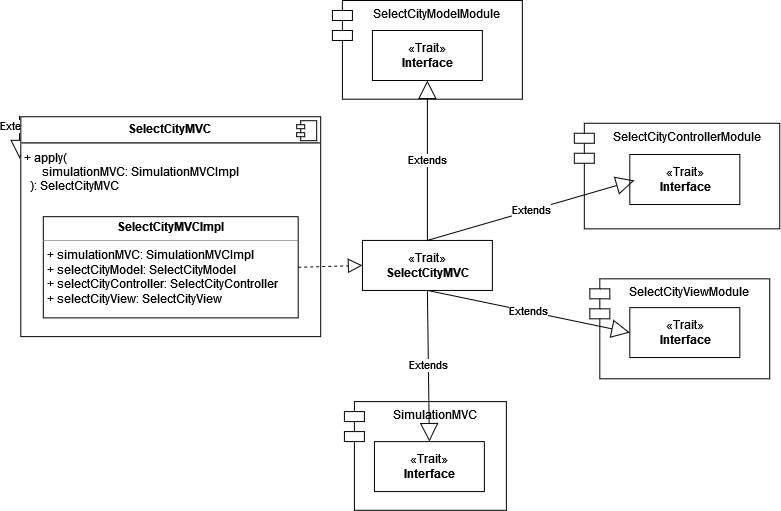
Above: docs/img/select_city_MVC.png in AnnaVitali/PPS-22-smartgh (draw.io), before the change. Source tidied: cells renumbered, new cells last; positions are measured from the earlier drawing's top-left corner, leaving out a move shared by most shapes.
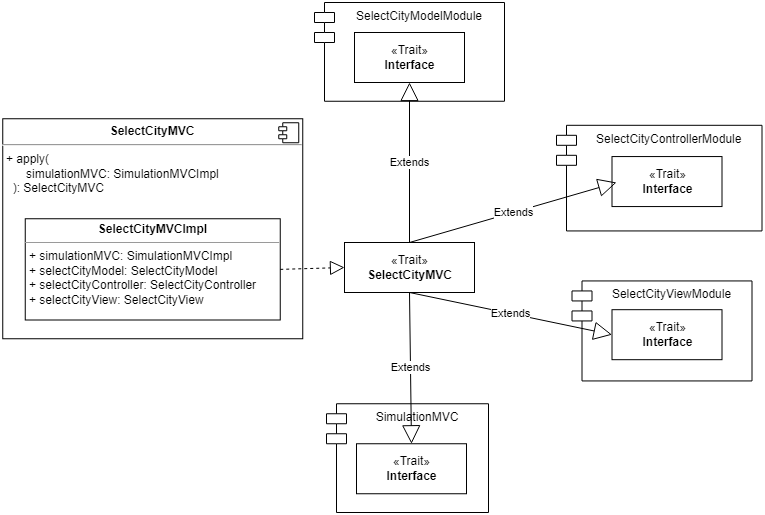
Above is the later version.

The edit, as a diff of the source:
```diff
@@ -2,68 +2,62 @@
   <root>
     <mxCell id="0" />
     <mxCell id="1" parent="0" />
-    <mxCell id="2" value="Extends" style="endArrow=block;endSize=16;endFill=0;html=1;rounded=0;exitX=0.5;exitY=1;exitDx=0;exitDy=0;" parent="1" edge="1">
-      <mxGeometry x="-0.53" relative="1" as="geometry">
-        <mxPoint y="115.5" as="sourcePoint" />
-        <mxPoint y="158" as="targetPoint" />
-      </mxGeometry>
+    <mxCell id="2" value="&lt;p style=&quot;margin:0px;margin-top:6px;text-align:center;&quot;&gt;&lt;b&gt;SelectCityMVC&lt;/b&gt;&lt;br&gt;&lt;/p&gt;&lt;hr&gt;&lt;p style=&quot;margin: 0px 0px 0px 4px;&quot;&gt;+ apply(&lt;/p&gt;&lt;p style=&quot;margin: 0px 0px 0px 4px;&quot;&gt;&lt;span style=&quot;background-color: initial;&quot;&gt;&amp;nbsp; &amp;nbsp; &amp;nbsp; simulationMVC: SimulationMVCImpl&lt;/span&gt;&lt;/p&gt;&lt;p style=&quot;margin: 0px 0px 0px 4px;&quot;&gt;&lt;span style=&quot;background-color: initial;&quot;&gt;&amp;nbsp; ): SelectCityMVC&lt;/span&gt;&lt;/p&gt;" style="align=left;overflow=fill;html=1;" parent="1" vertex="1">
+      <mxGeometry x="1.2" y="116.2" width="300" height="220" as="geometry" />
     </mxCell>
-    <mxCell id="3" value="&lt;p style=&quot;margin:0px;margin-top:6px;text-align:center;&quot;&gt;&lt;b&gt;SelectCityMVC&lt;/b&gt;&lt;br&gt;&lt;/p&gt;&lt;hr&gt;&lt;p style=&quot;margin: 0px 0px 0px 4px;&quot;&gt;+ apply(&lt;/p&gt;&lt;p style=&quot;margin: 0px 0px 0px 4px;&quot;&gt;&lt;span style=&quot;background-color: initial;&quot;&gt;&amp;nbsp; &amp;nbsp; &amp;nbsp; simulationMVC: SimulationMVCImpl&lt;/span&gt;&lt;/p&gt;&lt;p style=&quot;margin: 0px 0px 0px 4px;&quot;&gt;&lt;span style=&quot;background-color: initial;&quot;&gt;&amp;nbsp; ): SelectCityMVC&lt;/span&gt;&lt;/p&gt;" style="align=left;overflow=fill;html=1;" parent="1" vertex="1">
-      <mxGeometry x="1.2" y="116.2" width="300" height="220" as="geometry" />
+    <mxCell id="3" style="shape=component;jettyWidth=8;jettyHeight=4;" parent="2" vertex="1">
+      <mxGeometry x="1" width="20" height="20" relative="1" as="geometry">
+        <mxPoint x="-24" y="4" as="offset" />
+      </mxGeometry>
     </mxCell>
-    <mxCell id="4" style="shape=component;jettyWidth=8;jettyHeight=4;" parent="3" vertex="1">
-      <mxGeometry x="1" width="20" height="20" relative="1" as="geometry">
-        <mxPoint x="-24" y="4" as="offset" />
-      </mxGeometry>
+    <mxCell id="4" value="&lt;p style=&quot;margin:0px;margin-top:4px;text-align:center;&quot;&gt;&lt;b&gt;SelectCityMVCImpl&lt;/b&gt;&lt;br&gt;&lt;/p&gt;&lt;hr size=&quot;1&quot;&gt;&lt;p style=&quot;margin:0px;margin-left:4px;&quot;&gt;+ simulationMVC: SimulationMVCImpl&lt;/p&gt;&lt;p style=&quot;margin:0px;margin-left:4px;&quot;&gt;+ selectCityModel: SelectCityModel&lt;/p&gt;&lt;p style=&quot;margin:0px;margin-left:4px;&quot;&gt;+ selectCityController: SelectCityController&lt;/p&gt;&lt;p style=&quot;margin:0px;margin-left:4px;&quot;&gt;+ selectCityView: SelectCityView&lt;/p&gt;" style="verticalAlign=top;align=left;overflow=fill;fontSize=12;fontFamily=Helvetica;html=1;fillColor=default;" parent="1" vertex="1">
+      <mxGeometry x="23.8" y="216.2" width="255" height="101.2" as="geometry" />
     </mxCell>
-    <mxCell id="5" value="&lt;p style=&quot;margin:0px;margin-top:4px;text-align:center;&quot;&gt;&lt;b&gt;SelectCityMVCImpl&lt;/b&gt;&lt;br&gt;&lt;/p&gt;&lt;hr size=&quot;1&quot;&gt;&lt;p style=&quot;margin:0px;margin-left:4px;&quot;&gt;+ simulationMVC: SimulationMVCImpl&lt;/p&gt;&lt;p style=&quot;margin:0px;margin-left:4px;&quot;&gt;+ selectCityModel: SelectCityModel&lt;/p&gt;&lt;p style=&quot;margin:0px;margin-left:4px;&quot;&gt;+ selectCityController: SelectCityController&lt;/p&gt;&lt;p style=&quot;margin:0px;margin-left:4px;&quot;&gt;+ selectCityView: SelectCityView&lt;/p&gt;" style="verticalAlign=top;align=left;overflow=fill;fontSize=12;fontFamily=Helvetica;html=1;fillColor=default;" parent="1" vertex="1">
-      <mxGeometry x="23.8" y="216.2" width="255" height="101.2" as="geometry" />
+    <mxCell id="5" value="SelectCityControllerModule" style="shape=module;align=left;spacingLeft=20;align=center;verticalAlign=top;fillColor=none;" parent="1" vertex="1">
+      <mxGeometry x="555" y="122.8" width="205.5" height="105.6" as="geometry" />
     </mxCell>
-    <mxCell id="6" value="SelectCityControllerModule" style="shape=module;align=left;spacingLeft=20;align=center;verticalAlign=top;fillColor=none;" parent="1" vertex="1">
-      <mxGeometry x="555" y="122.8" width="205.5" height="105.6" as="geometry" />
+    <mxCell id="6" value="SimulationMVC" style="shape=module;align=left;spacingLeft=20;align=center;verticalAlign=top;fillColor=none;" parent="1" vertex="1">
+      <mxGeometry x="325" y="401.2" width="162" height="108.8" as="geometry" />
     </mxCell>
-    <mxCell id="7" value="SimulationMVC" style="shape=module;align=left;spacingLeft=20;align=center;verticalAlign=top;fillColor=none;" parent="1" vertex="1">
-      <mxGeometry x="325" y="401.2" width="162" height="108.8" as="geometry" />
+    <mxCell id="7" value="SelectCityViewModule" style="shape=module;align=left;spacingLeft=20;align=center;verticalAlign=top;fillColor=none;" parent="1" vertex="1">
+      <mxGeometry x="570.5" y="278.4" width="180" height="100" as="geometry" />
     </mxCell>
-    <mxCell id="8" value="SelectCityViewModule" style="shape=module;align=left;spacingLeft=20;align=center;verticalAlign=top;fillColor=none;" parent="1" vertex="1">
-      <mxGeometry x="570.5" y="278.4" width="180" height="100" as="geometry" />
+    <mxCell id="8" value="SelectCityModelModule" style="shape=module;align=left;spacingLeft=20;align=center;verticalAlign=top;fillColor=none;" parent="1" vertex="1">
+      <mxGeometry x="313" width="190" height="98.8" as="geometry" />
     </mxCell>
-    <mxCell id="9" value="SelectCityModelModule" style="shape=module;align=left;spacingLeft=20;align=center;verticalAlign=top;fillColor=none;" parent="1" vertex="1">
-      <mxGeometry x="313" width="190" height="98.8" as="geometry" />
+    <mxCell id="9" value="«Trait»&lt;br&gt;&lt;b&gt;Interface&lt;/b&gt;" style="html=1;fillColor=default;" parent="1" vertex="1">
+      <mxGeometry x="353" y="30" width="110" height="50" as="geometry" />
     </mxCell>
     <mxCell id="10" value="«Trait»&lt;br&gt;&lt;b&gt;Interface&lt;/b&gt;" style="html=1;fillColor=default;" parent="1" vertex="1">
-      <mxGeometry x="353" y="30" width="110" height="50" as="geometry" />
+      <mxGeometry x="610.5" y="154.1" width="110" height="50" as="geometry" />
     </mxCell>
     <mxCell id="11" value="«Trait»&lt;br&gt;&lt;b&gt;Interface&lt;/b&gt;" style="html=1;fillColor=default;" parent="1" vertex="1">
-      <mxGeometry x="610.5" y="154.1" width="110" height="50" as="geometry" />
+      <mxGeometry x="610.5" y="307.2" width="110" height="50" as="geometry" />
     </mxCell>
     <mxCell id="12" value="«Trait»&lt;br&gt;&lt;b&gt;Interface&lt;/b&gt;" style="html=1;fillColor=default;" parent="1" vertex="1">
-      <mxGeometry x="610.5" y="307.2" width="110" height="50" as="geometry" />
+      <mxGeometry x="355" y="441.2" width="110" height="50" as="geometry" />
     </mxCell>
-    <mxCell id="13" value="«Trait»&lt;br&gt;&lt;b&gt;Interface&lt;/b&gt;" style="html=1;fillColor=default;" parent="1" vertex="1">
-      <mxGeometry x="355" y="441.2" width="110" height="50" as="geometry" />
+    <mxCell id="13" value="«Trait»&lt;br&gt;&lt;b&gt;SelectCityMVC&lt;/b&gt;" style="html=1;" parent="1" vertex="1">
+      <mxGeometry x="343" y="240" width="130" height="50" as="geometry" />
     </mxCell>
-    <mxCell id="14" value="«Trait»&lt;br&gt;&lt;b&gt;SelectCityMVC&lt;/b&gt;" style="html=1;" parent="1" vertex="1">
-      <mxGeometry x="343" y="240" width="130" height="50" as="geometry" />
+    <mxCell id="14" value="Extends" style="endArrow=block;endSize=16;endFill=0;html=1;rounded=0;entryX=0;entryY=0.5;entryDx=0;entryDy=0;exitX=0.5;exitY=1;exitDx=0;exitDy=0;" parent="1" edge="1" source="13" target="11">
+      <mxGeometry relative="1" as="geometry" />
     </mxCell>
-    <mxCell id="15" value="Extends" style="endArrow=block;endSize=16;endFill=0;html=1;rounded=0;entryX=0;entryY=0.5;entryDx=0;entryDy=0;exitX=0.5;exitY=1;exitDx=0;exitDy=0;" parent="1" edge="1" source="14" target="12">
+    <mxCell id="15" value="Extends" style="endArrow=block;endSize=16;endFill=0;html=1;rounded=0;entryX=0.5;entryY=0;entryDx=0;entryDy=0;exitX=0.5;exitY=1;exitDx=0;exitDy=0;" parent="1" edge="1" source="13" target="12">
       <mxGeometry relative="1" as="geometry" />
     </mxCell>
-    <mxCell id="16" value="Extends" style="endArrow=block;endSize=16;endFill=0;html=1;rounded=0;entryX=0.5;entryY=0;entryDx=0;entryDy=0;exitX=0.5;exitY=1;exitDx=0;exitDy=0;" parent="1" edge="1" source="14" target="13">
-      <mxGeometry relative="1" as="geometry" />
+    <mxCell id="16" value="Extends" style="endArrow=block;endSize=16;endFill=0;html=1;rounded=0;exitX=0.5;exitY=0;exitDx=0;exitDy=0;" parent="1" edge="1" source="13">
+      <mxGeometry relative="1" as="geometry">
+        <mxPoint x="615" y="180" as="targetPoint" />
+      </mxGeometry>
     </mxCell>
-    <mxCell id="17" value="Extends" style="endArrow=block;endSize=16;endFill=0;html=1;rounded=0;exitX=0.5;exitY=0;exitDx=0;exitDy=0;" parent="1" edge="1" source="14">
+    <mxCell id="17" value="Extends" style="endArrow=block;endSize=16;endFill=0;html=1;rounded=0;entryX=0.5;entryY=1;entryDx=0;entryDy=0;" parent="1" edge="1" target="9">
       <mxGeometry relative="1" as="geometry">
-        <mxPoint x="615" y="180" as="targetPoint" />
+        <mxPoint x="408" y="240" as="sourcePoint" />
       </mxGeometry>
     </mxCell>
-    <mxCell id="18" value="Extends" style="endArrow=block;endSize=16;endFill=0;html=1;rounded=0;entryX=0.5;entryY=1;entryDx=0;entryDy=0;" parent="1" edge="1" target="10">
-      <mxGeometry relative="1" as="geometry">
-        <mxPoint x="408" y="240" as="sourcePoint" />
-      </mxGeometry>
+    <mxCell id="18" style="endArrow=block;dashed=1;endFill=0;endSize=12;html=1;rounded=0;exitX=1;exitY=0.5;exitDx=0;exitDy=0;entryX=0;entryY=0.5;entryDx=0;entryDy=0;" parent="1" edge="1" source="4" target="13">
+      <mxGeometry relative="1" as="geometry" />
     </mxCell>
-    <mxCell id="19" style="endArrow=block;dashed=1;endFill=0;endSize=12;html=1;rounded=0;exitX=1;exitY=0.5;exitDx=0;exitDy=0;entryX=0;entryY=0.5;entryDx=0;entryDy=0;" parent="1" edge="1" source="5" target="14">
-      <mxGeometry relative="1" as="geometry" />
-    </mxCell>
   </root>
 </mxGraphModel>
```
